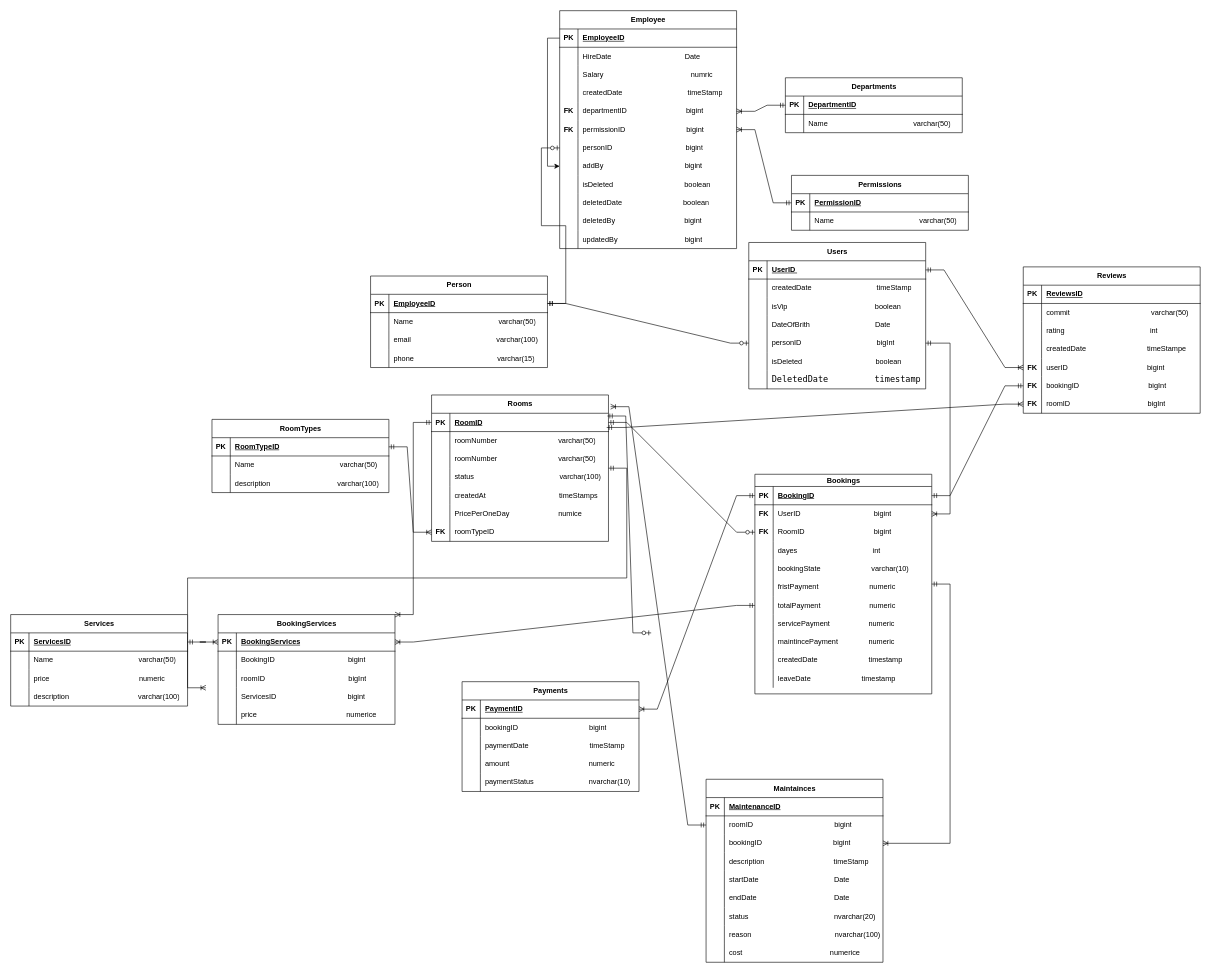
The draw.io diagram hote_design_erd.drawio in Abdullah2100/full_stack_hotel, before the edit. Source tidied: cells renumbered, new cells numbered last; positions are measured from the earlier drawing's top-left corner, leaving out a move shared by most shapes. Both pictures are drawn from the tidied source at 61%, with x=0, y=0 at pixel (10, 10).
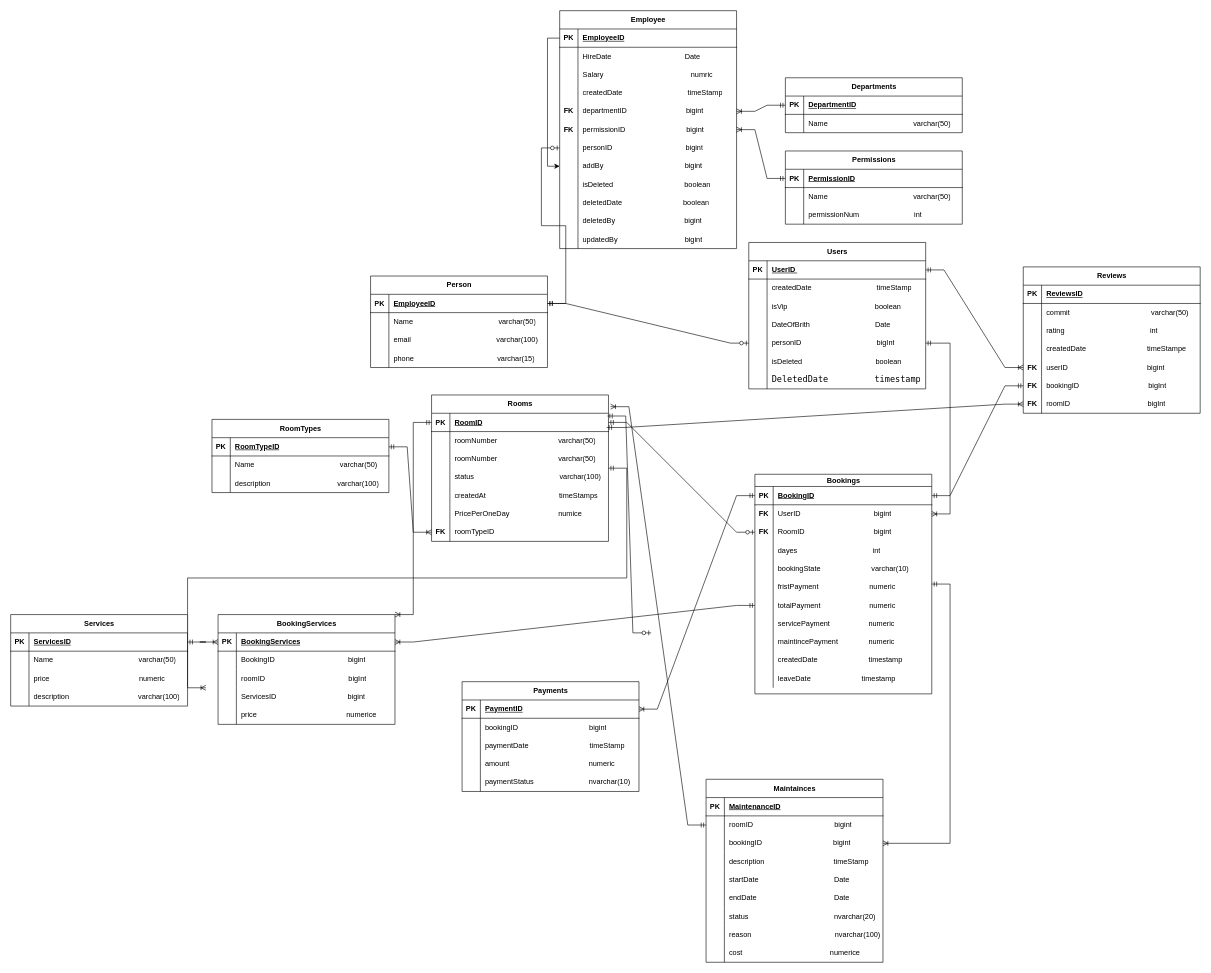
Above is the later version.

Diff of the diagram source:
```diff
@@
     <mxCell id="69" value="Permissions" style="shape=table;startSize=30;childLayout=tableLayout;rowLines=0;fontStyle=1;align=center;html=1;" parent="1" vertex="1">
-      <mxGeometry x="1280" y="270" width="290" height="90" as="geometry" />
+      <mxGeometry x="1270" y="230" width="290" height="120" as="geometry" />
     </mxCell>
@@
+    <mxCell id="268" style="shape=tableRow;horizontal=0;startSize=0;swimlaneHead=0;swimlaneBody=0;fillColor=none;top=0;left=0;right=0;bottom=0;" parent="69" vertex="1">
+      <mxGeometry y="90" width="290" height="30" as="geometry" />
+    </mxCell>
+    <mxCell id="269" style="shape=partialRectangle;fillColor=none;top=0;left=0;bottom=0;right=0;overflow=hidden;whiteSpace=wrap;html=1;" parent="268" vertex="1">
+      <mxGeometry width="30" height="30" as="geometry" />
+    </mxCell>
+    <mxCell id="270" value="permissionNum&amp;nbsp; &amp;nbsp; &amp;nbsp; &amp;nbsp; &amp;nbsp; &amp;nbsp; &amp;nbsp; &amp;nbsp; &amp;nbsp; &amp;nbsp; &amp;nbsp; &amp;nbsp; &amp;nbsp; &amp;nbsp;int" style="shape=partialRectangle;fillColor=none;top=0;left=0;bottom=0;right=0;align=left;spacingLeft=6;overflow=hidden;whiteSpace=wrap;html=1;" parent="268" vertex="1">
+      <mxGeometry x="30" width="260" height="30" as="geometry" />
+    </mxCell>
```
